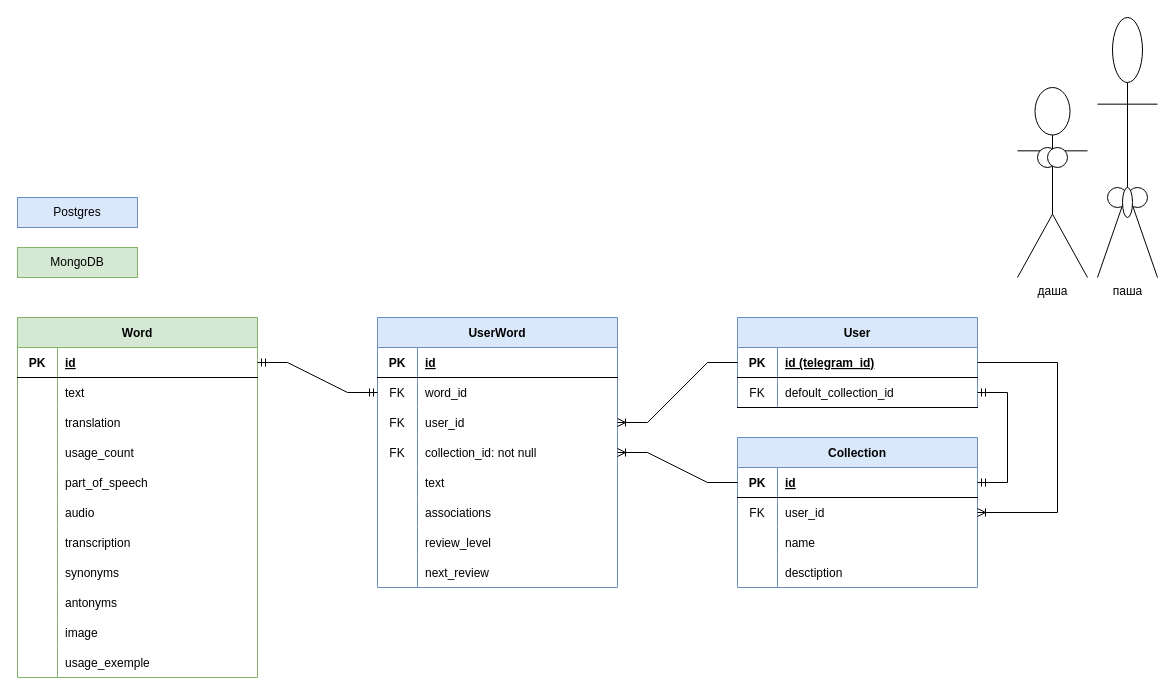
This is lexi-schema.drawio from pasha-danilevich/lexi-bot, a draw.io file, before an edit. Source tidied: cells renumbered, new cells numbered last; positions are measured from the earlier drawing's top-left corner, leaving out a move shared by most shapes. Both pictures are drawn from the tidied source at 100%, with x=0, y=0 at pixel (17, 17).
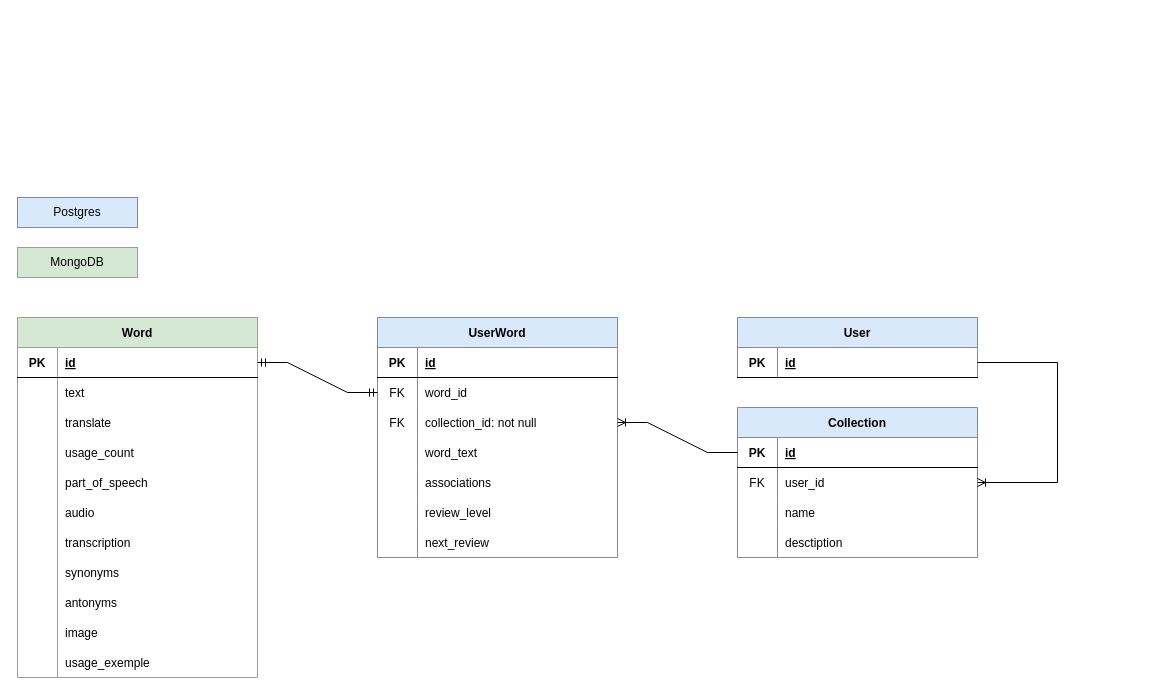
The same page after the edit.

Unchanged cells that the change refers to:
```xml
<mxCell id="9" style="shape=partialRectangle;fillColor=none;top=0;left=0;right=0;bottom=0;" parent="2" vertex="1">
  <mxGeometry y="90" width="240" height="30" as="geometry" />
</mxCell>
<mxCell id="37" style="shape=partialRectangle;fillColor=none;points=[[0,0.5],[1,0.5]];portConstraint=eastwest;top=0;left=0;right=0;bottom=1;" parent="36" vertex="1">
  <mxGeometry y="30" width="240" height="30" as="geometry" />
</mxCell>
<mxCell id="45" style="shape=partialRectangle;fillColor=none;points=[[0,0.5],[1,0.5]];portConstraint=eastwest;top=0;left=0;right=0;bottom=1;" parent="44" vertex="1">
  <mxGeometry y="30" width="240" height="30" as="geometry" />
</mxCell>
```

The edit, as a diff of the source:
```diff
@@
-    <mxCell id="11" value="translation" style="shape=partialRectangle;overflow=hidden;fillColor=none;top=0;left=0;bottom=0;right=0;align=left;spacingLeft=6;" parent="9" vertex="1">
+    <mxCell id="11" value="translate" style="shape=partialRectangle;overflow=hidden;fillColor=none;top=0;left=0;bottom=0;right=0;align=left;spacingLeft=6;" parent="9" vertex="1">
       <mxGeometry x="40" width="200" height="30" as="geometry" />
     </mxCell>
@@
     <mxCell id="36" value="User" style="shape=table;startSize=30;childLayout=tableLayout;rowLines=0;fontStyle=1;align=center;fillColor=#dae8fc;strokeColor=#6c8ebf;" parent="1" vertex="1">
-      <mxGeometry x="720" y="300" width="240" height="90" as="geometry" />
+      <mxGeometry x="720" y="300" width="240" height="60" as="geometry" />
     </mxCell>
@@
-    <mxCell id="39" value="id (telegram_id)" style="shape=partialRectangle;overflow=hidden;fillColor=none;top=0;left=0;bottom=0;right=0;align=left;spacingLeft=6;fontStyle=5;" parent="37" vertex="1">
+    <mxCell id="39" value="id" style="shape=partialRectangle;overflow=hidden;fillColor=none;top=0;left=0;bottom=0;right=0;align=left;spacingLeft=6;fontStyle=5;" parent="37" vertex="1">
       <mxGeometry x="40" width="200" height="30" as="geometry" />
     </mxCell>
-    <mxCell id="40" style="shape=partialRectangle;fillColor=none;points=[[0,0.5],[1,0.5]];portConstraint=eastwest;top=0;left=0;right=0;bottom=1;" parent="36" vertex="1">
-      <mxGeometry y="60" width="240" height="30" as="geometry" />
-    </mxCell>
-    <mxCell id="41" value="FK" style="shape=partialRectangle;overflow=hidden;fillColor=none;top=0;left=0;bottom=0;right=0;fontStyle=0;" parent="40" vertex="1">
-      <mxGeometry width="40" height="30" as="geometry" />
-    </mxCell>
-    <mxCell id="42" value="defoult_collection_id" style="shape=partialRectangle;overflow=hidden;fillColor=none;top=0;left=0;bottom=0;right=0;align=left;spacingLeft=6;fontStyle=0;" parent="40" vertex="1">
-      <mxGeometry x="40" width="200" height="30" as="geometry" />
-    </mxCell>
@@
     <mxCell id="44" value="Collection" style="shape=table;startSize=30;childLayout=tableLayout;rowLines=0;fontStyle=1;align=center;fillColor=#dae8fc;strokeColor=#6c8ebf;" parent="1" vertex="1">
-      <mxGeometry x="720" y="420" width="240" height="150" as="geometry" />
+      <mxGeometry x="720" y="390" width="240" height="150" as="geometry" />
     </mxCell>
@@
     <mxCell id="57" value="UserWord" style="shape=table;startSize=30;childLayout=tableLayout;rowLines=0;fontStyle=1;align=center;fillColor=#dae8fc;strokeColor=#6c8ebf;" parent="1" vertex="1">
-      <mxGeometry x="360" y="300" width="240" height="270" as="geometry" />
+      <mxGeometry x="360" y="300" width="240" height="240" as="geometry" />
     </mxCell>
@@
-    <mxCell id="64" style="shape=partialRectangle;fillColor=none;points=[[0,0.5],[1,0.5]];portConstraint=eastwest;top=0;left=0;right=0;bottom=0;" parent="57" vertex="1">
-      <mxGeometry y="90" width="240" height="30" as="geometry" />
-    </mxCell>
-    <mxCell id="65" value="FK" style="shape=partialRectangle;overflow=hidden;fillColor=none;top=0;left=0;bottom=0;right=0;" parent="64" vertex="1">
-      <mxGeometry width="40" height="30" as="geometry" />
-    </mxCell>
-    <mxCell id="66" value="user_id" style="shape=partialRectangle;overflow=hidden;fillColor=none;top=0;left=0;bottom=0;right=0;align=left;spacingLeft=6;" parent="64" vertex="1">
-      <mxGeometry x="40" width="200" height="30" as="geometry" />
-    </mxCell>
     <mxCell id="67" style="shape=partialRectangle;fillColor=none;points=[[0,0.5],[1,0.5]];portConstraint=eastwest;top=0;left=0;right=0;bottom=0;" parent="57" vertex="1">
-      <mxGeometry y="120" width="240" height="30" as="geometry" />
+      <mxGeometry y="90" width="240" height="30" as="geometry" />
     </mxCell>
@@
     <mxCell id="70" style="shape=partialRectangle;fillColor=none;top=0;left=0;right=0;bottom=0;" parent="57" vertex="1">
-      <mxGeometry y="150" width="240" height="30" as="geometry" />
+      <mxGeometry y="120" width="240" height="30" as="geometry" />
     </mxCell>
@@
-    <mxCell id="72" value="text" style="shape=partialRectangle;overflow=hidden;fillColor=none;top=0;left=0;bottom=0;right=0;align=left;spacingLeft=6;" parent="70" vertex="1">
+    <mxCell id="72" value="word_text" style="shape=partialRectangle;overflow=hidden;fillColor=none;top=0;left=0;bottom=0;right=0;align=left;spacingLeft=6;" parent="70" vertex="1">
       <mxGeometry x="40" width="200" height="30" as="geometry" />
     </mxCell>
     <mxCell id="73" style="shape=partialRectangle;fillColor=none;top=0;left=0;right=0;bottom=0;" parent="57" vertex="1">
-      <mxGeometry y="180" width="240" height="30" as="geometry" />
+      <mxGeometry y="150" width="240" height="30" as="geometry" />
     </mxCell>
@@
     <mxCell id="76" style="shape=partialRectangle;fillColor=none;top=0;left=0;right=0;bottom=0;" parent="57" vertex="1">
-      <mxGeometry y="210" width="240" height="30" as="geometry" />
+      <mxGeometry y="180" width="240" height="30" as="geometry" />
     </mxCell>
@@
     <mxCell id="79" style="shape=partialRectangle;fillColor=none;top=0;left=0;right=0;bottom=0;" parent="57" vertex="1">
-      <mxGeometry y="240" width="240" height="30" as="geometry" />
+      <mxGeometry y="210" width="240" height="30" as="geometry" />
     </mxCell>
@@
-    <mxCell id="85" style="edgeStyle=entityRelationEdgeStyle;fontSize=12;html=1;endArrow=ERoneToMany;rounded=0;" parent="1" edge="1" source="37" target="64">
-      <mxGeometry relative="1" as="geometry" />
-    </mxCell>
@@
-    <mxCell id="88" style="edgeStyle=entityRelationEdgeStyle;fontSize=12;html=1;endArrow=ERmandOne;startArrow=ERmandOne;rounded=0;" parent="1" edge="1" source="45" target="40">
-      <mxGeometry relative="1" as="geometry" />
-    </mxCell>
-    <mxCell id="89" value="паша" style="shape=umlActor;verticalLabelPosition=bottom;verticalAlign=top;html=1;" parent="1" vertex="1">
-      <mxGeometry x="1080" width="60" height="260" as="geometry" />
-    </mxCell>
-    <mxCell id="90" value="даша" style="shape=umlActor;verticalLabelPosition=bottom;verticalAlign=top;html=1;" parent="1" vertex="1">
-      <mxGeometry x="1000" y="70" width="70" height="190" as="geometry" />
-    </mxCell>
-    <mxCell id="91" style="ellipse;whiteSpace=wrap;html=1;" parent="1" vertex="1">
-      <mxGeometry x="1020" y="130" width="20" height="20" as="geometry" />
-    </mxCell>
-    <mxCell id="92" style="ellipse;whiteSpace=wrap;html=1;" parent="1" vertex="1">
-      <mxGeometry x="1030" y="130" width="20" height="20" as="geometry" />
-    </mxCell>
-    <mxCell id="93" style="ellipse;whiteSpace=wrap;html=1;" parent="1" vertex="1">
-      <mxGeometry x="1090" y="170" width="20" height="20" as="geometry" />
-    </mxCell>
-    <mxCell id="94" style="ellipse;whiteSpace=wrap;html=1;" parent="1" vertex="1">
-      <mxGeometry x="1110" y="170" width="20" height="20" as="geometry" />
-    </mxCell>
-    <mxCell id="95" style="ellipse;whiteSpace=wrap;html=1;" parent="1" vertex="1">
-      <mxGeometry x="1105" y="170" width="10" height="30" as="geometry" />
-    </mxCell>
```
